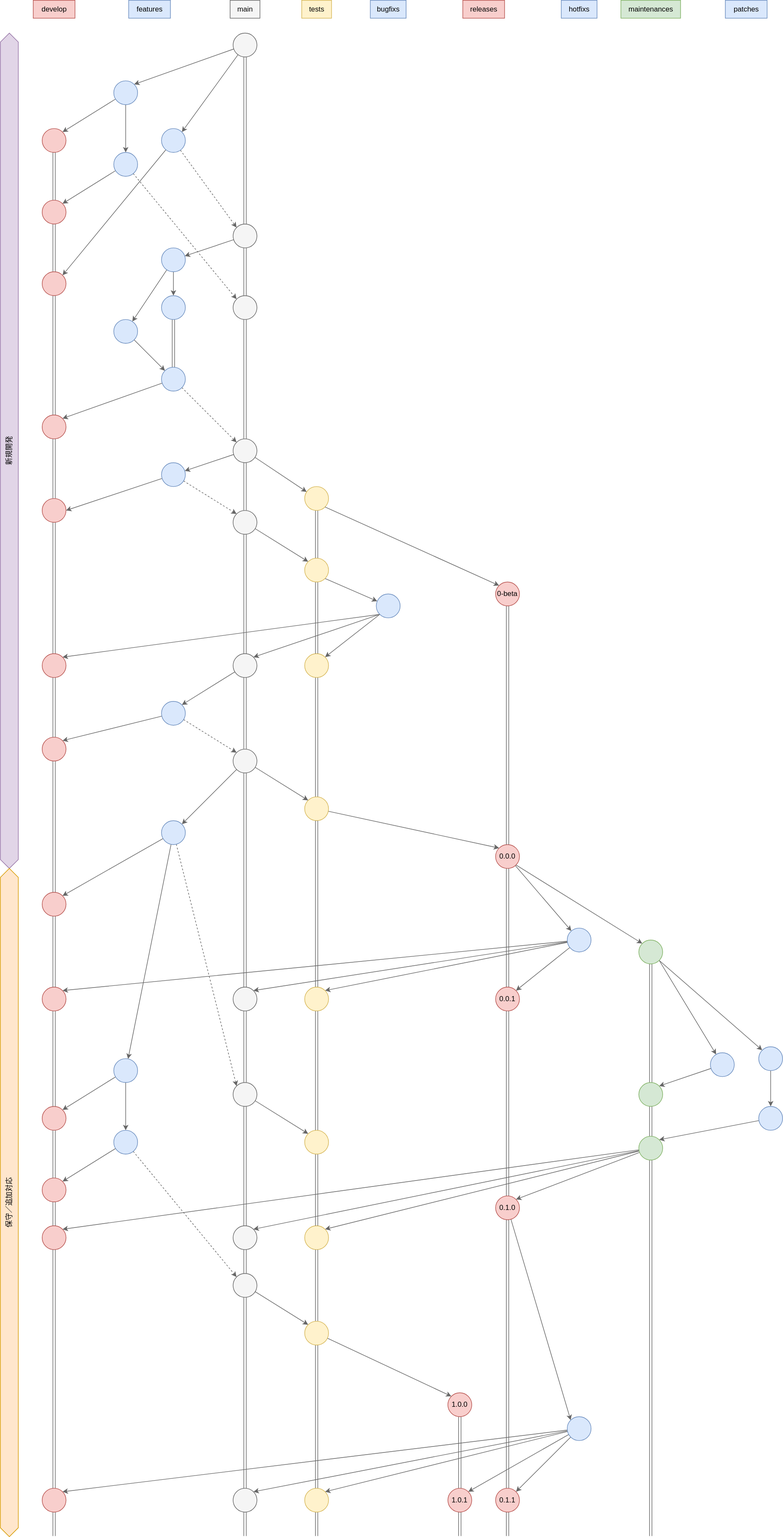
bizhermit/note keeps this draw.io diagram as git/branch-strategy/git-biz-flow.drawio.svg. Above is the earlier version. Source tidied: cells renumbered, new cells last; positions are measured from the earlier drawing's top-left corner, leaving out a move shared by most shapes.
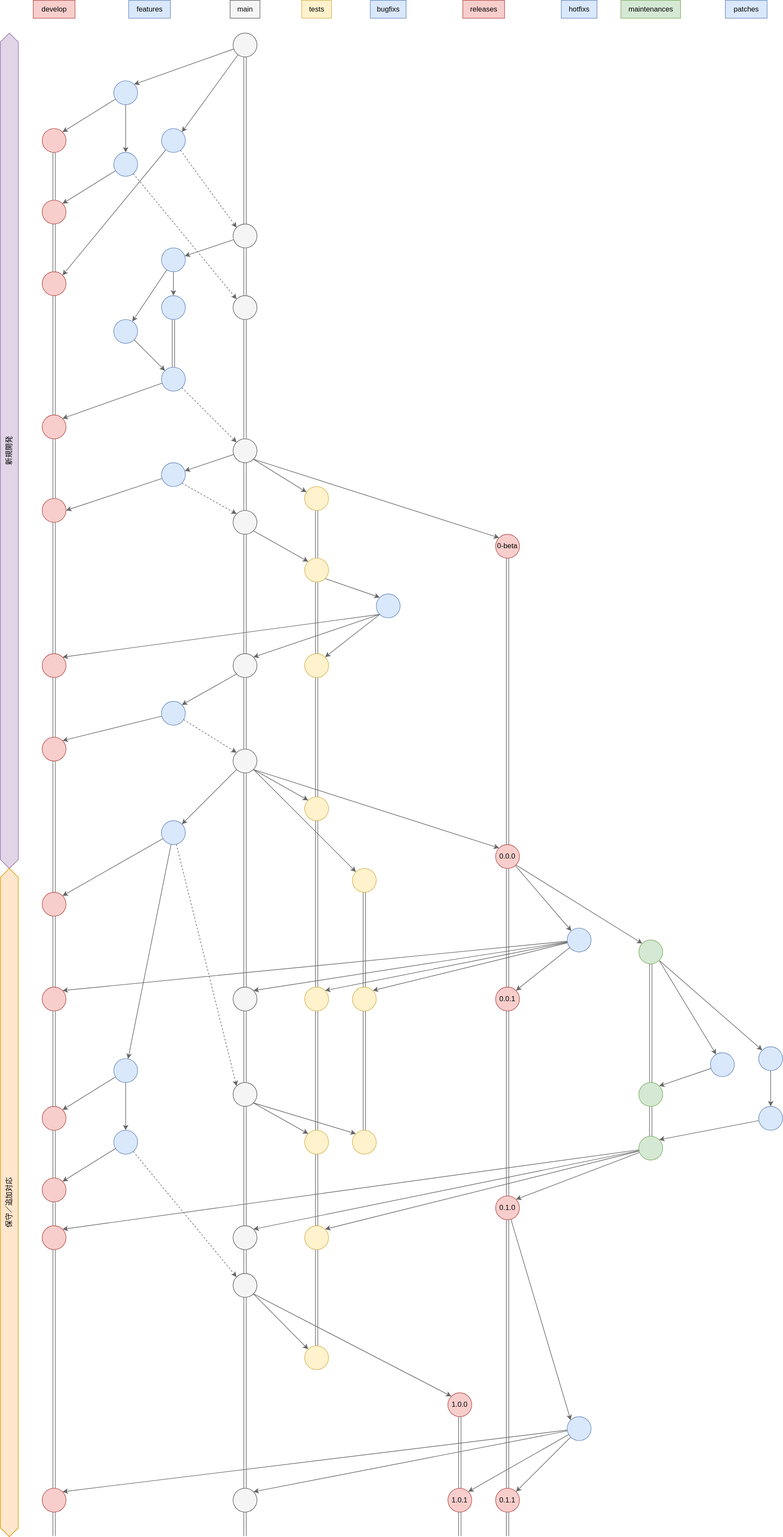
The same file after the commit.

Commit message:
git-biz-flow フロー図更新

Change to the diagram source:
```diff
@@ -113,7 +113,7 @@
     <mxCell id="38" style="ellipse;whiteSpace=wrap;html=1;fillColor=#f8cecc;strokeColor=#b85450;fontColor=#000000;" parent="1" vertex="1">
       <mxGeometry x="70" y="695" width="40" height="40" as="geometry" />
     </mxCell>
-    <mxCell id="39" style="edgeStyle=none;html=1;fillColor=#f5f5f5;strokeColor=#666666;fontColor=#000000;" parent="1" edge="1" source="42" target="47">
+    <mxCell id="39" style="edgeStyle=none;html=1;fillColor=#f5f5f5;strokeColor=#666666;fontColor=#000000;exitX=1;exitY=1;exitDx=0;exitDy=0;" parent="1" edge="1" source="42" target="47">
       <mxGeometry relative="1" as="geometry" />
     </mxCell>
     <mxCell id="40" style="edgeStyle=none;html=1;fillColor=#f5f5f5;strokeColor=#666666;fontColor=#000000;" parent="1" edge="1" source="42" target="59">
@@ -131,7 +131,7 @@
     <mxCell id="44" style="ellipse;whiteSpace=wrap;html=1;fillColor=#f5f5f5;fontColor=#000000;strokeColor=#666666;" parent="1" vertex="1">
       <mxGeometry x="390" y="495" width="40" height="40" as="geometry" />
     </mxCell>
-    <mxCell id="45" style="edgeStyle=none;html=1;fillColor=#f5f5f5;strokeColor=#666666;fontColor=#000000;exitX=1;exitY=1;exitDx=0;exitDy=0;" parent="1" edge="1" source="171" target="53">
+    <mxCell id="45" style="edgeStyle=none;html=1;fillColor=#f5f5f5;strokeColor=#666666;fontColor=#000000;exitX=1;exitY=1;exitDx=0;exitDy=0;entryX=0;entryY=0;entryDx=0;entryDy=0;" parent="1" edge="1" source="171" target="53">
       <mxGeometry relative="1" as="geometry" />
     </mxCell>
     <mxCell id="46" style="edgeStyle=none;html=1;fontColor=#000000;endArrow=classic;endFill=1;fillColor=#f5f5f5;strokeColor=#666666;shape=link;" parent="1" edge="1" source="47" target="171">
@@ -158,7 +158,7 @@
     <mxCell id="53" style="ellipse;whiteSpace=wrap;html=1;fillColor=#dae8fc;strokeColor=#6c8ebf;fontColor=#000000;" parent="1" vertex="1">
       <mxGeometry x="630" y="995" width="40" height="40" as="geometry" />
     </mxCell>
-    <mxCell id="54" style="edgeStyle=none;html=1;entryX=0;entryY=0;entryDx=0;entryDy=0;fontColor=#000000;endArrow=classic;endFill=1;fillColor=#f5f5f5;strokeColor=#666666;exitX=1;exitY=1;exitDx=0;exitDy=0;" parent="1" edge="1" source="47" target="166">
+    <mxCell id="54" style="edgeStyle=none;html=1;entryX=0;entryY=0;entryDx=0;entryDy=0;fontColor=#000000;endArrow=classic;endFill=1;fillColor=#f5f5f5;strokeColor=#666666;exitX=1;exitY=1;exitDx=0;exitDy=0;" parent="1" edge="1" source="42" target="166">
       <mxGeometry relative="1" as="geometry" />
     </mxCell>
     <mxCell id="55" style="edgeStyle=none;html=1;fontColor=#000000;endArrow=classic;endFill=1;fillColor=#f5f5f5;strokeColor=#666666;shape=link;entryX=0.5;entryY=0;entryDx=0;entryDy=0;" parent="1" edge="1" source="56" target="66">
@@ -170,7 +170,7 @@
     <mxCell id="57" style="edgeStyle=none;html=1;entryX=1;entryY=0.5;entryDx=0;entryDy=0;fillColor=#f5f5f5;strokeColor=#666666;fontColor=#000000;" parent="1" edge="1" source="59" target="64">
       <mxGeometry relative="1" as="geometry" />
     </mxCell>
-    <mxCell id="58" style="edgeStyle=none;html=1;entryX=0;entryY=0;entryDx=0;entryDy=0;dashed=1;fillColor=#f5f5f5;strokeColor=#666666;fontColor=#000000;" parent="1" edge="1" source="59" target="62">
+    <mxCell id="58" style="edgeStyle=none;html=1;entryX=0;entryY=0;entryDx=0;entryDy=0;dashed=1;fillColor=#f5f5f5;strokeColor=#666666;fontColor=#000000;exitX=1;exitY=1;exitDx=0;exitDy=0;" parent="1" edge="1" source="59" target="62">
       <mxGeometry relative="1" as="geometry" />
     </mxCell>
     <mxCell id="59" style="ellipse;whiteSpace=wrap;html=1;fillColor=#dae8fc;strokeColor=#6c8ebf;fontColor=#000000;" parent="1" vertex="1">
@@ -179,7 +179,7 @@
     <mxCell id="60" style="edgeStyle=none;html=1;shape=link;fillColor=#f5f5f5;strokeColor=#666666;fontColor=#000000;" parent="1" edge="1" source="62" target="69">
       <mxGeometry relative="1" as="geometry" />
     </mxCell>
-    <mxCell id="61" style="edgeStyle=none;html=1;fontColor=#000000;endArrow=classic;endFill=1;fillColor=#f5f5f5;strokeColor=#666666;entryX=0;entryY=0;entryDx=0;entryDy=0;" parent="1" edge="1" source="62" target="171">
+    <mxCell id="61" style="edgeStyle=none;html=1;fontColor=#000000;endArrow=classic;endFill=1;fillColor=#f5f5f5;strokeColor=#666666;entryX=0;entryY=0;entryDx=0;entryDy=0;exitX=1;exitY=1;exitDx=0;exitDy=0;" parent="1" edge="1" source="62" target="171">
       <mxGeometry relative="1" as="geometry" />
     </mxCell>
     <mxCell id="62" style="ellipse;whiteSpace=wrap;html=1;fillColor=#f5f5f5;fontColor=#000000;strokeColor=#666666;" parent="1" vertex="1">
@@ -191,7 +191,7 @@
     <mxCell id="64" style="ellipse;whiteSpace=wrap;html=1;fillColor=#f8cecc;strokeColor=#b85450;fontColor=#000000;" parent="1" vertex="1">
       <mxGeometry x="70" y="835" width="40" height="40" as="geometry" />
     </mxCell>
-    <mxCell id="65" style="edgeStyle=none;html=1;fillColor=#f5f5f5;strokeColor=#666666;fontColor=#000000;entryX=0;entryY=0;entryDx=0;entryDy=0;" parent="1" edge="1" source="66" target="75">
+    <mxCell id="65" style="edgeStyle=none;html=1;fillColor=#f5f5f5;strokeColor=#666666;fontColor=#000000;entryX=0;entryY=0;entryDx=0;entryDy=0;exitX=1;exitY=1;exitDx=0;exitDy=0;" parent="1" edge="1" source="169" target="75">
       <mxGeometry relative="1" as="geometry" />
     </mxCell>
     <mxCell id="66" style="ellipse;whiteSpace=wrap;html=1;fillColor=#fff2cc;strokeColor=#d6b656;fontColor=#000000;" parent="1" vertex="1">
@@ -200,7 +200,7 @@
     <mxCell id="67" style="edgeStyle=none;html=1;fontColor=#000000;endArrow=classic;endFill=1;shape=link;fillColor=#f5f5f5;strokeColor=#666666;" parent="1" edge="1" source="69" target="169">
       <mxGeometry relative="1" as="geometry" />
     </mxCell>
-    <mxCell id="68" style="edgeStyle=none;html=1;entryX=1;entryY=0;entryDx=0;entryDy=0;fontColor=#000000;endArrow=classic;endFill=1;fillColor=#f5f5f5;strokeColor=#666666;" parent="1" edge="1" source="69" target="174">
+    <mxCell id="68" style="edgeStyle=none;html=1;entryX=1;entryY=0;entryDx=0;entryDy=0;fontColor=#000000;endArrow=classic;endFill=1;fillColor=#f5f5f5;strokeColor=#666666;exitX=0;exitY=1;exitDx=0;exitDy=0;" parent="1" edge="1" source="69" target="174">
       <mxGeometry relative="1" as="geometry" />
     </mxCell>
     <mxCell id="69" style="ellipse;whiteSpace=wrap;html=1;fillColor=#f5f5f5;fontColor=#000000;strokeColor=#666666;" parent="1" vertex="1">
@@ -239,6 +239,9 @@
     <mxCell id="80" style="edgeStyle=none;html=1;entryX=1;entryY=0;entryDx=0;entryDy=0;fontColor=#000000;endArrow=classic;endFill=1;fillColor=#f5f5f5;strokeColor=#666666;" parent="1" edge="1" source="81" target="158">
       <mxGeometry relative="1" as="geometry" />
     </mxCell>
+    <mxCell id="181" style="edgeStyle=none;html=1;entryX=1;entryY=0;entryDx=0;entryDy=0;fillColor=#f5f5f5;strokeColor=#666666;" parent="1" edge="1" source="81" target="187">
+      <mxGeometry relative="1" as="geometry" />
+    </mxCell>
     <mxCell id="81" style="ellipse;whiteSpace=wrap;html=1;fillColor=#dae8fc;strokeColor=#6c8ebf;" parent="1" vertex="1">
       <mxGeometry x="950" y="1555" width="40" height="40" as="geometry" />
     </mxCell>
@@ -320,11 +323,6 @@
     <mxCell id="107" style="edgeStyle=none;html=1;entryX=1;entryY=0;entryDx=0;entryDy=0;fillColor=#f5f5f5;strokeColor=#666666;fontColor=#000000;" parent="1" edge="1" source="110" target="119">
       <mxGeometry relative="1" as="geometry" />
     </mxCell>
-    <mxCell id="108" style="edgeStyle=none;shape=link;html=1;fillColor=#f5f5f5;strokeColor=#666666;fontColor=#000000;" parent="1" edge="1" source="110">
-      <mxGeometry relative="1" as="geometry">
-        <mxPoint x="1090" y="2573.8" as="targetPoint" />
-      </mxGeometry>
-    </mxCell>
     <mxCell id="109" style="edgeStyle=none;html=1;entryX=1;entryY=0;entryDx=0;entryDy=0;fontColor=#000000;endArrow=classic;endFill=1;fillColor=#f5f5f5;strokeColor=#666666;" parent="1" edge="1" source="110" target="160">
       <mxGeometry relative="1" as="geometry" />
     </mxCell>
@@ -379,9 +377,12 @@
     <mxCell id="126" style="ellipse;whiteSpace=wrap;html=1;fillColor=#dae8fc;strokeColor=#6c8ebf;fontColor=#000000;" parent="1" vertex="1">
       <mxGeometry x="190" y="1773.8" width="40" height="40" as="geometry" />
     </mxCell>
-    <mxCell id="127" style="edgeStyle=none;html=1;entryX=0;entryY=0;entryDx=0;entryDy=0;fontColor=#000000;endArrow=classic;endFill=1;fillColor=#f5f5f5;strokeColor=#666666;" parent="1" edge="1" source="128" target="176">
+    <mxCell id="127" style="edgeStyle=none;html=1;entryX=0;entryY=0;entryDx=0;entryDy=0;fontColor=#000000;endArrow=classic;endFill=1;fillColor=#f5f5f5;strokeColor=#666666;exitX=1;exitY=1;exitDx=0;exitDy=0;" parent="1" edge="1" source="128" target="176">
       <mxGeometry relative="1" as="geometry" />
     </mxCell>
+    <mxCell id="182" style="edgeStyle=none;html=1;entryX=0;entryY=0;entryDx=0;entryDy=0;exitX=1;exitY=1;exitDx=0;exitDy=0;fillColor=#f5f5f5;strokeColor=#666666;" parent="1" edge="1" source="128" target="188">
+      <mxGeometry relative="1" as="geometry" />
+    </mxCell>
     <mxCell id="128" style="ellipse;whiteSpace=wrap;html=1;fillColor=#f5f5f5;fontColor=#000000;strokeColor=#666666;" parent="1" vertex="1">
       <mxGeometry x="390" y="1813.8" width="40" height="40" as="geometry" />
     </mxCell>
@@ -409,7 +410,7 @@
     <mxCell id="136" style="edgeStyle=none;shape=link;html=1;fontColor=#000000;fillColor=#f5f5f5;strokeColor=#666666;exitX=0.5;exitY=1;exitDx=0;exitDy=0;" parent="1" edge="1" source="128" target="119">
       <mxGeometry relative="1" as="geometry" />
     </mxCell>
-    <mxCell id="137" style="edgeStyle=none;html=1;entryX=0;entryY=0;entryDx=0;entryDy=0;fontColor=#000000;fillColor=#f5f5f5;strokeColor=#666666;" parent="1" edge="1" source="139" target="142">
+    <mxCell id="137" style="edgeStyle=none;html=1;entryX=0;entryY=0;entryDx=0;entryDy=0;fontColor=#000000;fillColor=#f5f5f5;strokeColor=#666666;exitX=1;exitY=1;exitDx=0;exitDy=0;" parent="1" edge="1" source="139" target="142">
       <mxGeometry relative="1" as="geometry" />
     </mxCell>
     <mxCell id="138" style="edgeStyle=none;html=1;entryX=0.5;entryY=0;entryDx=0;entryDy=0;fontColor=#000000;fillColor=#f5f5f5;strokeColor=#666666;shape=link;" parent="1" edge="1" source="139" target="156">
@@ -418,14 +419,11 @@
     <mxCell id="139" style="ellipse;whiteSpace=wrap;html=1;fillColor=#f5f5f5;fontColor=#000000;strokeColor=#666666;" parent="1" vertex="1">
       <mxGeometry x="390" y="2133.8" width="40" height="40" as="geometry" />
     </mxCell>
-    <mxCell id="140" style="edgeStyle=none;html=1;entryX=0;entryY=0;entryDx=0;entryDy=0;fontColor=#000000;fillColor=#f5f5f5;strokeColor=#666666;" parent="1" edge="1" source="142" target="115">
+    <mxCell id="140" style="edgeStyle=none;html=1;entryX=0;entryY=0;entryDx=0;entryDy=0;fontColor=#000000;fillColor=#f5f5f5;strokeColor=#666666;exitX=1;exitY=1;exitDx=0;exitDy=0;" parent="1" edge="1" source="139" target="115">
       <mxGeometry relative="1" as="geometry" />
     </mxCell>
-    <mxCell id="141" style="edgeStyle=none;html=1;entryX=0.5;entryY=0;entryDx=0;entryDy=0;fontColor=#000000;fillColor=#f5f5f5;strokeColor=#666666;shape=link;" parent="1" edge="1" source="142" target="154">
-      <mxGeometry relative="1" as="geometry" />
-    </mxCell>
     <mxCell id="142" style="ellipse;whiteSpace=wrap;html=1;fillColor=#fff2cc;strokeColor=#d6b656;fontColor=#000000;" parent="1" vertex="1">
-      <mxGeometry x="510" y="2213.8" width="40" height="40" as="geometry" />
+      <mxGeometry x="510" y="2255" width="40" height="40" as="geometry" />
     </mxCell>
     <mxCell id="143" style="edgeStyle=none;html=1;entryX=1;entryY=0;entryDx=0;entryDy=0;fontColor=#000000;fillColor=#f5f5f5;strokeColor=#666666;" parent="1" edge="1" source="148" target="152">
       <mxGeometry relative="1" as="geometry" />
@@ -433,9 +431,6 @@
     <mxCell id="144" style="edgeStyle=none;html=1;entryX=1;entryY=0;entryDx=0;entryDy=0;fontColor=#000000;fillColor=#f5f5f5;strokeColor=#666666;" parent="1" edge="1" source="148" target="150">
       <mxGeometry relative="1" as="geometry" />
     </mxCell>
-    <mxCell id="145" style="edgeStyle=none;html=1;entryX=1;entryY=0;entryDx=0;entryDy=0;fontColor=#000000;fillColor=#f5f5f5;strokeColor=#666666;" parent="1" edge="1" source="148" target="154">
-      <mxGeometry relative="1" as="geometry" />
-    </mxCell>
     <mxCell id="146" style="edgeStyle=none;html=1;entryX=1;entryY=0;entryDx=0;entryDy=0;fontColor=#000000;fillColor=#f5f5f5;strokeColor=#666666;" parent="1" edge="1" source="148" target="156">
       <mxGeometry relative="1" as="geometry" />
     </mxCell>
@@ -461,14 +456,6 @@
     <mxCell id="152" value="0.1.1" style="ellipse;whiteSpace=wrap;html=1;fillColor=#f8cecc;strokeColor=#b85450;fontColor=#000000;" parent="1" vertex="1">
       <mxGeometry x="830" y="2493.8" width="40" height="40" as="geometry" />
     </mxCell>
-    <mxCell id="153" style="edgeStyle=none;shape=link;html=1;fontColor=#000000;fillColor=#f5f5f5;strokeColor=#666666;" parent="1" edge="1" source="154">
-      <mxGeometry relative="1" as="geometry">
-        <mxPoint x="530" y="2573.8" as="targetPoint" />
-      </mxGeometry>
-    </mxCell>
-    <mxCell id="154" style="ellipse;whiteSpace=wrap;html=1;fillColor=#fff2cc;strokeColor=#d6b656;fontColor=#000000;" parent="1" vertex="1">
-      <mxGeometry x="510" y="2493.8" width="40" height="40" as="geometry" />
-    </mxCell>
     <mxCell id="155" style="edgeStyle=none;html=1;fontColor=#000000;fillColor=#f5f5f5;strokeColor=#666666;shape=link;" parent="1" edge="1" source="156">
       <mxGeometry relative="1" as="geometry">
         <mxPoint x="410" y="2573.8" as="targetPoint" />
@@ -507,14 +494,17 @@
       <mxGeometry relative="1" as="geometry" />
     </mxCell>
     <mxCell id="166" value="0-beta" style="ellipse;whiteSpace=wrap;html=1;fillColor=#f8cecc;strokeColor=#b85450;fontColor=#000000;" parent="1" vertex="1">
-      <mxGeometry x="830" y="975" width="40" height="40" as="geometry" />
+      <mxGeometry x="830" y="895" width="40" height="40" as="geometry" />
     </mxCell>
     <mxCell id="167" style="edgeStyle=none;html=1;entryX=0.5;entryY=0;entryDx=0;entryDy=0;fontColor=#000000;endArrow=classic;endFill=1;shape=link;fillColor=#f5f5f5;strokeColor=#666666;" parent="1" edge="1" source="169" target="88">
       <mxGeometry relative="1" as="geometry" />
     </mxCell>
-    <mxCell id="168" style="edgeStyle=none;html=1;entryX=0;entryY=0;entryDx=0;entryDy=0;fontColor=#000000;endArrow=classic;endFill=1;fillColor=#f5f5f5;strokeColor=#666666;" parent="1" edge="1" source="169" target="66">
+    <mxCell id="168" style="edgeStyle=none;html=1;entryX=0;entryY=0;entryDx=0;entryDy=0;fontColor=#000000;endArrow=classic;endFill=1;fillColor=#f5f5f5;strokeColor=#666666;exitX=1;exitY=1;exitDx=0;exitDy=0;" parent="1" edge="1" source="169" target="66">
       <mxGeometry relative="1" as="geometry" />
     </mxCell>
+    <mxCell id="183" style="edgeStyle=none;html=1;entryX=0;entryY=0;entryDx=0;entryDy=0;exitX=1;exitY=1;exitDx=0;exitDy=0;fillColor=#f5f5f5;strokeColor=#666666;" parent="1" edge="1" source="169" target="185">
+      <mxGeometry relative="1" as="geometry" />
+    </mxCell>
     <mxCell id="169" style="ellipse;whiteSpace=wrap;html=1;fillColor=#f5f5f5;fontColor=#000000;strokeColor=#666666;" parent="1" vertex="1">
       <mxGeometry x="390" y="1255" width="40" height="40" as="geometry" />
     </mxCell>
@@ -551,5 +541,20 @@
     <mxCell id="180" style="ellipse;whiteSpace=wrap;html=1;fillColor=#f8cecc;strokeColor=#b85450;fontColor=#000000;" parent="1" vertex="1">
       <mxGeometry x="70" y="1495" width="40" height="40" as="geometry" />
     </mxCell>
+    <mxCell id="184" style="edgeStyle=none;html=1;shape=link;fillColor=#f5f5f5;strokeColor=#666666;" parent="1" edge="1" source="185" target="187">
+      <mxGeometry relative="1" as="geometry" />
+    </mxCell>
+    <mxCell id="185" style="ellipse;whiteSpace=wrap;html=1;fillColor=#fff2cc;strokeColor=#d6b656;fontColor=#000000;" parent="1" vertex="1">
+      <mxGeometry x="590" y="1455" width="40" height="40" as="geometry" />
+    </mxCell>
+    <mxCell id="186" style="edgeStyle=none;html=1;fillColor=#f5f5f5;strokeColor=#666666;shape=link;" parent="1" edge="1" source="187" target="188">
+      <mxGeometry relative="1" as="geometry" />
+    </mxCell>
+    <mxCell id="187" style="ellipse;whiteSpace=wrap;html=1;fillColor=#fff2cc;strokeColor=#d6b656;fontColor=#000000;" parent="1" vertex="1">
+      <mxGeometry x="590" y="1653.8" width="40" height="40" as="geometry" />
+    </mxCell>
+    <mxCell id="188" style="ellipse;whiteSpace=wrap;html=1;fillColor=#fff2cc;strokeColor=#d6b656;fontColor=#000000;" parent="1" vertex="1">
+      <mxGeometry x="590" y="1893.8" width="40" height="40" as="geometry" />
+    </mxCell>
   </root>
 </mxGraphModel>
```
